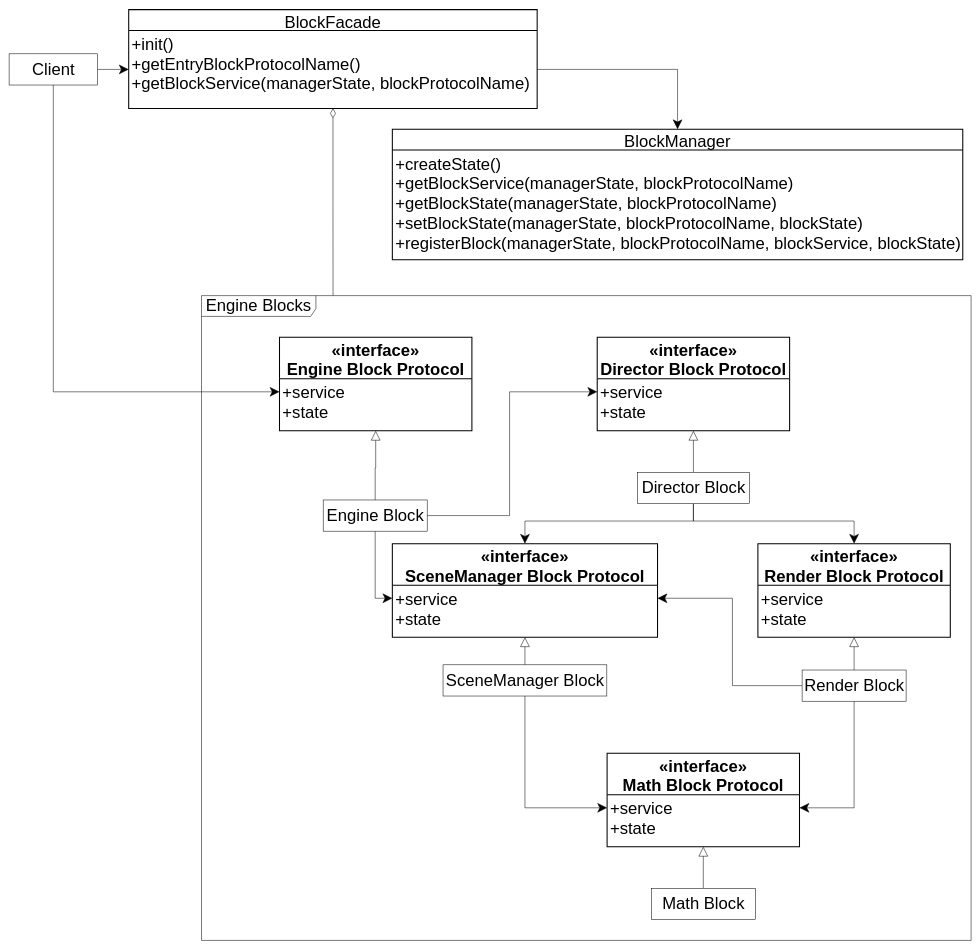
This is packages/积木模式/story_improve/UML.drawio from yyc-git/3DProgramPattern, a draw.io file, before an edit. Source tidied: cells renumbered, new cells numbered last; positions are measured from the earlier drawing's top-left corner, leaving out a move shared by most shapes. Both pictures are drawn from the tidied source at 52%, with x=0, y=0 at pixel (9, 9).
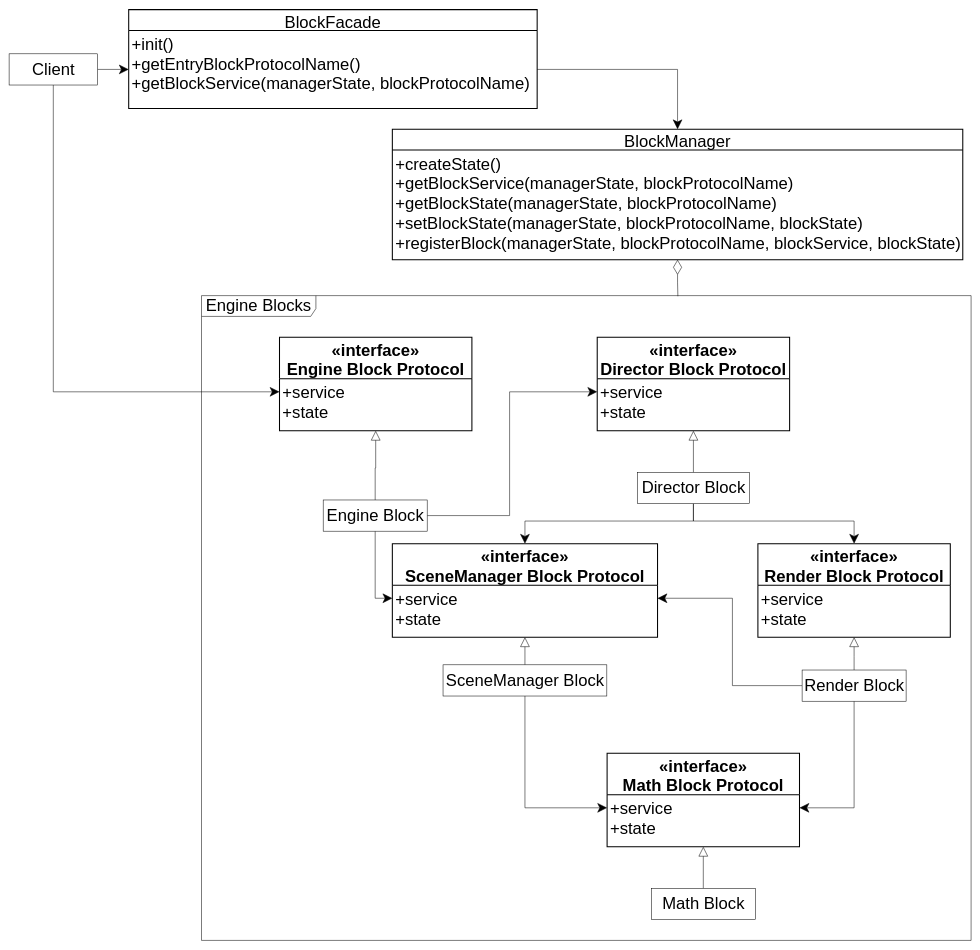
The same page after the edit.

Unchanged cells that the change refers to:
```xml
<mxCell id="2" value="&lt;font style=&quot;font-size: 32px&quot;&gt;Engine Blocks&lt;/font&gt;" style="shape=umlFrame;whiteSpace=wrap;html=1;width=220;height=40;fontSize=32;" parent="1" vertex="1">
  <mxGeometry x="370" y="550" width="1480" height="1240" as="geometry" />
</mxCell>
<mxCell id="11" value="+createState()&#10;+getBlockService(managerState, blockProtocolName)&#10;+getBlockState(managerState, blockProtocolName)&#10;+setBlockState(managerState, blockProtocolName, blockState)&#10;+registerBlock(managerState, blockProtocolName, blockService, blockState)" style="align=left;strokeColor=none;fillColor=none;spacingLeft=4;fontSize=32;verticalAlign=top;" parent="10" vertex="1">
  <mxGeometry y="40" width="1097" height="211" as="geometry" />
</mxCell>
<mxCell id="37" value="+init()&#10;+getEntryBlockProtocolName()&#10;+getBlockService(managerState, blockProtocolName)&#10;" style="align=left;strokeColor=none;fillColor=none;spacingLeft=4;fontSize=32;verticalAlign=top;" parent="36" vertex="1">
  <mxGeometry y="40" width="785.5" height="150" as="geometry" />
</mxCell>
```

The edit, as a diff of the source:
```diff
@@
-    <mxCell id="38" style="edgeStyle=orthogonalEdgeStyle;rounded=0;jettySize=auto;html=1;endSize=26;startSize=16;endArrow=none;endFill=0;startArrow=diamondThin;startFill=0;" parent="1" edge="1" source="37">
-      <mxGeometry relative="1" as="geometry">
-        <mxPoint x="623" y="550" as="targetPoint" />
-      </mxGeometry>
+    <mxCell id="38" style="edgeStyle=orthogonalEdgeStyle;rounded=0;jettySize=auto;html=1;endSize=26;startSize=26;endArrow=none;endFill=0;startArrow=diamondThin;startFill=0;exitX=0.5;exitY=1;exitDx=0;exitDy=0;entryX=0.619;entryY=0.001;entryDx=0;entryDy=0;entryPerimeter=0;" parent="1" edge="1" source="11" target="2">
+      <mxGeometry relative="1" as="geometry" />
     </mxCell>
```
